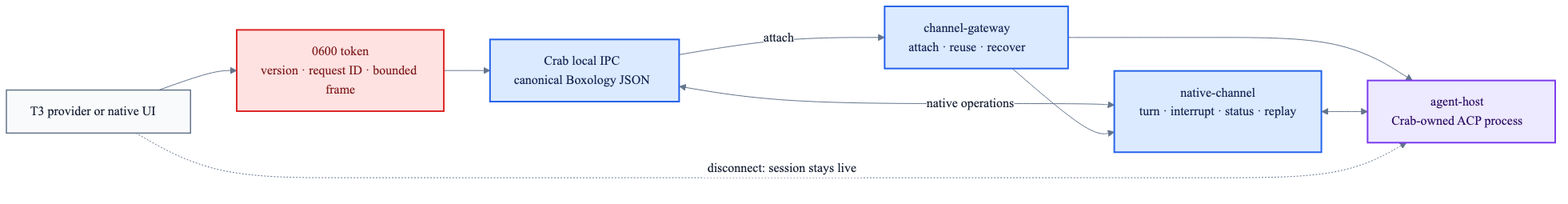
fontanierh/crab keeps this Mermaid diagram as v2/docs/channel-ipc-flow.png. Above is the earlier version. Its source is kept beside it as v2/docs/channel-ipc-flow.mmd. The source it was exported from:
```mermaid
%%{init: {"theme": "base", "themeVariables": {"fontFamily": "ui-sans-serif, system-ui, sans-serif", "primaryTextColor": "#172033", "lineColor": "#64748b", "edgeLabelBackground": "#ffffff"}, "flowchart": {"curve": "basis", "nodeSpacing": 44, "rankSpacing": 58}}}%%
flowchart LR
    UI["T3 provider or native UI"]
    AUTH["0600 token<br/>version · request ID · bounded frame"]
    IPC["Crab local IPC<br/>canonical Boxology JSON"]
    GATEWAY["channel-gateway<br/>attach · reuse · recover"]
    CHANNEL["native-channel<br/>turn · interrupt · status · replay"]
    HOST["agent-host<br/>Crab-owned ACP process"]

    UI --> AUTH --> IPC
    IPC -->|"attach"| GATEWAY
    IPC <-->|"native operations"| CHANNEL
    GATEWAY --> CHANNEL
    GATEWAY --> HOST
    CHANNEL <--> HOST
    UI -. "disconnect: session stays live" .-> HOST

    classDef client fill:#f8fafc,stroke:#64748b,stroke-width:1.5px,color:#172033;
    classDef guard fill:#fee2e2,stroke:#dc2626,stroke-width:2px,color:#7f1d1d;
    classDef channel fill:#dbeafe,stroke:#2563eb,stroke-width:2px,color:#172554;
    classDef agent fill:#ede9fe,stroke:#7c3aed,stroke-width:2px,color:#2e1065;
    class UI client;
    class AUTH guard;
    class IPC,GATEWAY,CHANNEL channel;
    class HOST agent;
```
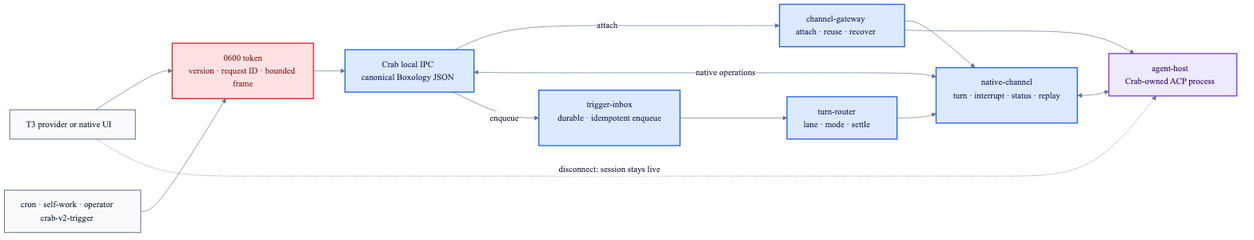
Above is the later version.

Commit message:
feat(v2): restore durable trigger CLI (#216)

Change to the diagram source:
```diff
@@ -1,15 +1,20 @@
 %%{init: {"theme": "base", "themeVariables": {"fontFamily": "ui-sans-serif, system-ui, sans-serif", "primaryTextColor": "#172033", "lineColor": "#64748b", "edgeLabelBackground": "#ffffff"}, "flowchart": {"curve": "basis", "nodeSpacing": 44, "rankSpacing": 58}}}%%
 flowchart LR
     UI["T3 provider or native UI"]
+    PRODUCER["cron · self-work · operator<br/>crab-v2-trigger"]
     AUTH["0600 token<br/>version · request ID · bounded frame"]
     IPC["Crab local IPC<br/>canonical Boxology JSON"]
     GATEWAY["channel-gateway<br/>attach · reuse · recover"]
+    INBOX["trigger-inbox<br/>durable · idempotent enqueue"]
+    ROUTER["turn-router<br/>lane · mode · settle"]
     CHANNEL["native-channel<br/>turn · interrupt · status · replay"]
     HOST["agent-host<br/>Crab-owned ACP process"]
 
     UI --> AUTH --> IPC
+    PRODUCER --> AUTH
     IPC -->|"attach"| GATEWAY
     IPC <-->|"native operations"| CHANNEL
+    IPC -->|"enqueue"| INBOX --> ROUTER --> CHANNEL
     GATEWAY --> CHANNEL
     GATEWAY --> HOST
     CHANNEL <--> HOST
@@ -19,7 +24,7 @@
     classDef guard fill:#fee2e2,stroke:#dc2626,stroke-width:2px,color:#7f1d1d;
     classDef channel fill:#dbeafe,stroke:#2563eb,stroke-width:2px,color:#172554;
     classDef agent fill:#ede9fe,stroke:#7c3aed,stroke-width:2px,color:#2e1065;
-    class UI client;
+    class UI,PRODUCER client;
     class AUTH guard;
-    class IPC,GATEWAY,CHANNEL channel;
+    class IPC,GATEWAY,INBOX,ROUTER,CHANNEL channel;
     class HOST agent;
```
